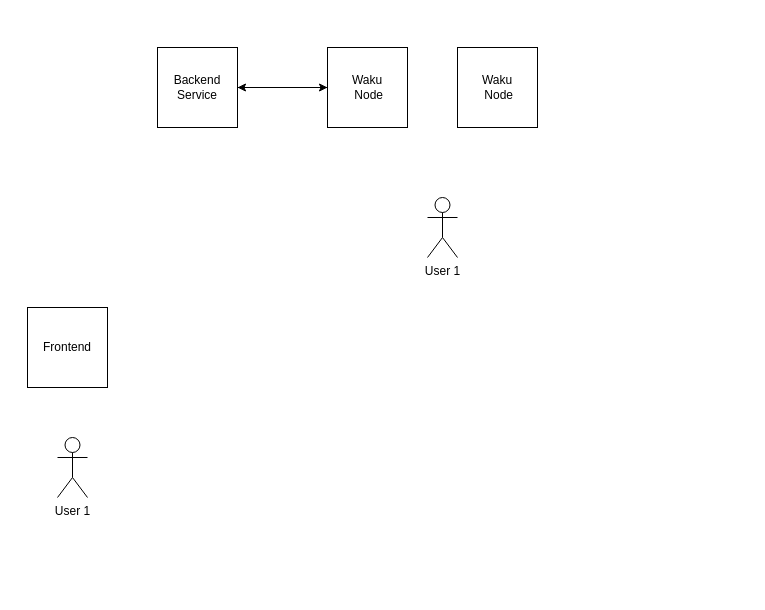
The draw.io diagram App architecture.drawio in sandrotbilisi/HackthonProject, before the edit. Source tidied: cells renumbered, new cells numbered last; positions are measured from the earlier drawing's top-left corner, leaving out a move shared by most shapes. Both pictures are drawn from the tidied source at 100%, with x=0, y=0 at pixel (27, 47).
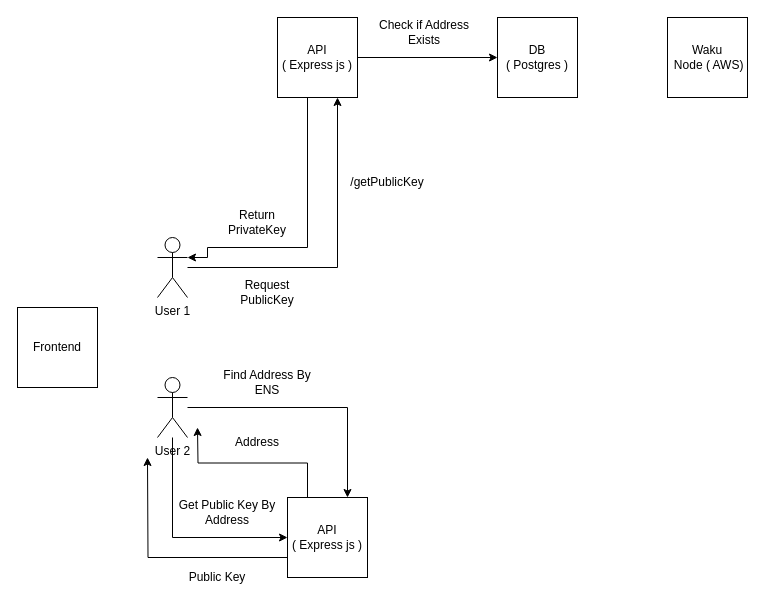
The same page after the edit.

Diff of the diagram source:
```diff
@@
+    <mxCell id="10" style="edgeStyle=orthogonalEdgeStyle;rounded=0;jettySize=auto;html=1;entryX=0.75;entryY=1;entryDx=0;entryDy=0;" parent="1" edge="1" source="2" target="9">
+      <mxGeometry relative="1" as="geometry" />
+    </mxCell>
     <mxCell id="2" value="User 1&lt;br&gt;" style="shape=umlActor;verticalLabelPosition=bottom;verticalAlign=top;html=1;outlineConnect=0;" parent="1" vertex="1">
-      <mxGeometry x="400" y="150" width="30" height="60" as="geometry" />
+      <mxGeometry x="130" y="190" width="30" height="60" as="geometry" />
     </mxCell>
+    <mxCell id="11" style="edgeStyle=orthogonalEdgeStyle;rounded=0;jettySize=auto;html=1;entryX=0.75;entryY=0;entryDx=0;entryDy=0;" parent="1" edge="1" source="3" target="22">
+      <mxGeometry relative="1" as="geometry" />
+    </mxCell>
+    <mxCell id="12" style="edgeStyle=orthogonalEdgeStyle;rounded=0;jettySize=auto;html=1;entryX=0;entryY=0.5;entryDx=0;entryDy=0;" parent="1" edge="1" source="3" target="22">
+      <mxGeometry relative="1" as="geometry">
+        <Array as="points">
+          <mxPoint x="145" y="490" />
+        </Array>
+      </mxGeometry>
+    </mxCell>
-    <mxCell id="3" value="User 1&lt;br&gt;" style="shape=umlActor;verticalLabelPosition=bottom;verticalAlign=top;html=1;outlineConnect=0;" parent="1" vertex="1">
-      <mxGeometry x="30" y="390" width="30" height="60" as="geometry" />
+    <mxCell id="3" value="User 2&lt;br&gt;" style="shape=umlActor;verticalLabelPosition=bottom;verticalAlign=top;html=1;outlineConnect=0;" parent="1" vertex="1">
+      <mxGeometry x="130" y="330" width="30" height="60" as="geometry" />
     </mxCell>
-    <mxCell id="4" style="edgeStyle=orthogonalEdgeStyle;rounded=0;jettySize=auto;html=1;" parent="1" edge="1" source="5" target="9">
-      <mxGeometry relative="1" as="geometry" />
-    </mxCell>
-    <mxCell id="5" value="Waku&lt;br&gt;&amp;nbsp;Node&lt;br&gt;" style="whiteSpace=wrap;html=1;" parent="1" vertex="1">
-      <mxGeometry x="300" width="80" height="80" as="geometry" />
+    <mxCell id="5" value="Waku&lt;br&gt;&amp;nbsp;Node ( AWS)" style="whiteSpace=wrap;html=1;" parent="1" vertex="1">
+      <mxGeometry x="640" y="-30" width="80" height="80" as="geometry" />
     </mxCell>
-    <mxCell id="6" value="Waku&lt;br&gt;&amp;nbsp;Node&lt;br&gt;" style="whiteSpace=wrap;html=1;" parent="1" vertex="1">
-      <mxGeometry x="430" width="80" height="80" as="geometry" />
-    </mxCell>
     <mxCell id="7" value="Frontend" style="whiteSpace=wrap;html=1;" parent="1" vertex="1">
-      <mxGeometry y="260" width="80" height="80" as="geometry" />
+      <mxGeometry x="-10" y="260" width="80" height="80" as="geometry" />
     </mxCell>
-    <mxCell id="8" style="edgeStyle=orthogonalEdgeStyle;rounded=0;jettySize=auto;html=1;" parent="1" edge="1" source="9" target="5">
-      <mxGeometry relative="1" as="geometry" />
-    </mxCell>
+    <mxCell id="13" style="edgeStyle=orthogonalEdgeStyle;rounded=0;jettySize=auto;html=1;entryX=0;entryY=0.5;entryDx=0;entryDy=0;" parent="1" edge="1" source="9" target="18">
+      <mxGeometry relative="1" as="geometry" />
+    </mxCell>
-    <mxCell id="9" value="Backend Service" style="whiteSpace=wrap;html=1;" parent="1" vertex="1">
-      <mxGeometry x="130" width="80" height="80" as="geometry" />
+    <mxCell id="9" value="API &lt;br&gt;( Express js )" style="whiteSpace=wrap;html=1;" parent="1" vertex="1">
+      <mxGeometry x="250" y="-30" width="80" height="80" as="geometry" />
     </mxCell>
+    <mxCell id="14" style="edgeStyle=orthogonalEdgeStyle;rounded=0;jettySize=auto;html=1;exitX=0.25;exitY=1;exitDx=0;exitDy=0;entryX=1;entryY=0.3333333333333333;entryDx=0;entryDy=0;entryPerimeter=0;" parent="1" edge="1" source="9" target="2">
+      <mxGeometry relative="1" as="geometry">
+        <Array as="points">
+          <mxPoint x="280" y="50" />
+          <mxPoint x="280" y="200" />
+          <mxPoint x="180" y="200" />
+          <mxPoint x="180" y="210" />
+        </Array>
+      </mxGeometry>
+    </mxCell>
+    <mxCell id="15" value="Request PublicKey" style="text;html=1;strokeColor=none;fillColor=none;align=center;verticalAlign=middle;whiteSpace=wrap;rounded=0;" parent="1" vertex="1">
+      <mxGeometry x="210" y="230" width="60" height="30" as="geometry" />
+    </mxCell>
+    <mxCell id="16" value="Return PrivateKey" style="text;html=1;strokeColor=none;fillColor=none;align=center;verticalAlign=middle;whiteSpace=wrap;rounded=0;" parent="1" vertex="1">
+      <mxGeometry x="200" y="160" width="60" height="30" as="geometry" />
+    </mxCell>
+    <mxCell id="17" value="/getPublicKey" style="text;html=1;strokeColor=none;fillColor=none;align=center;verticalAlign=middle;whiteSpace=wrap;rounded=0;" parent="1" vertex="1">
+      <mxGeometry x="330" y="120" width="60" height="30" as="geometry" />
+    </mxCell>
+    <mxCell id="18" value="DB &lt;br&gt;( Postgres )" style="whiteSpace=wrap;html=1;" parent="1" vertex="1">
+      <mxGeometry x="470" y="-30" width="80" height="80" as="geometry" />
+    </mxCell>
+    <mxCell id="19" value="Check if Address Exists" style="text;html=1;strokeColor=none;fillColor=none;align=center;verticalAlign=middle;whiteSpace=wrap;rounded=0;" parent="1" vertex="1">
+      <mxGeometry x="344" y="-30" width="106" height="30" as="geometry" />
+    </mxCell>
+    <mxCell id="20" style="edgeStyle=orthogonalEdgeStyle;rounded=0;jettySize=auto;html=1;exitX=0.25;exitY=0;exitDx=0;exitDy=0;" parent="1" edge="1" source="22">
+      <mxGeometry relative="1" as="geometry">
+        <mxPoint x="170" y="380" as="targetPoint" />
+      </mxGeometry>
+    </mxCell>
+    <mxCell id="21" style="edgeStyle=orthogonalEdgeStyle;rounded=0;jettySize=auto;html=1;exitX=0;exitY=0.75;exitDx=0;exitDy=0;" parent="1" edge="1" source="22">
+      <mxGeometry relative="1" as="geometry">
+        <mxPoint x="120" y="410" as="targetPoint" />
+      </mxGeometry>
+    </mxCell>
+    <mxCell id="22" value="API &lt;br&gt;( Express js )" style="whiteSpace=wrap;html=1;" parent="1" vertex="1">
+      <mxGeometry x="260" y="450" width="80" height="80" as="geometry" />
+    </mxCell>
+    <mxCell id="23" value="Find Address By ENS" style="text;html=1;strokeColor=none;fillColor=none;align=center;verticalAlign=middle;whiteSpace=wrap;rounded=0;" parent="1" vertex="1">
+      <mxGeometry x="190" y="320" width="100" height="30" as="geometry" />
+    </mxCell>
+    <mxCell id="24" value="Address" style="text;html=1;strokeColor=none;fillColor=none;align=center;verticalAlign=middle;whiteSpace=wrap;rounded=0;" parent="1" vertex="1">
+      <mxGeometry x="180" y="380" width="100" height="30" as="geometry" />
+    </mxCell>
+    <mxCell id="25" value="Get Public Key By Address" style="text;html=1;strokeColor=none;fillColor=none;align=center;verticalAlign=middle;whiteSpace=wrap;rounded=0;" parent="1" vertex="1">
+      <mxGeometry x="150" y="450" width="100" height="30" as="geometry" />
+    </mxCell>
+    <mxCell id="26" value="Public Key" style="text;html=1;strokeColor=none;fillColor=none;align=center;verticalAlign=middle;whiteSpace=wrap;rounded=0;" parent="1" vertex="1">
+      <mxGeometry x="140" y="515" width="100" height="30" as="geometry" />
+    </mxCell>
```
